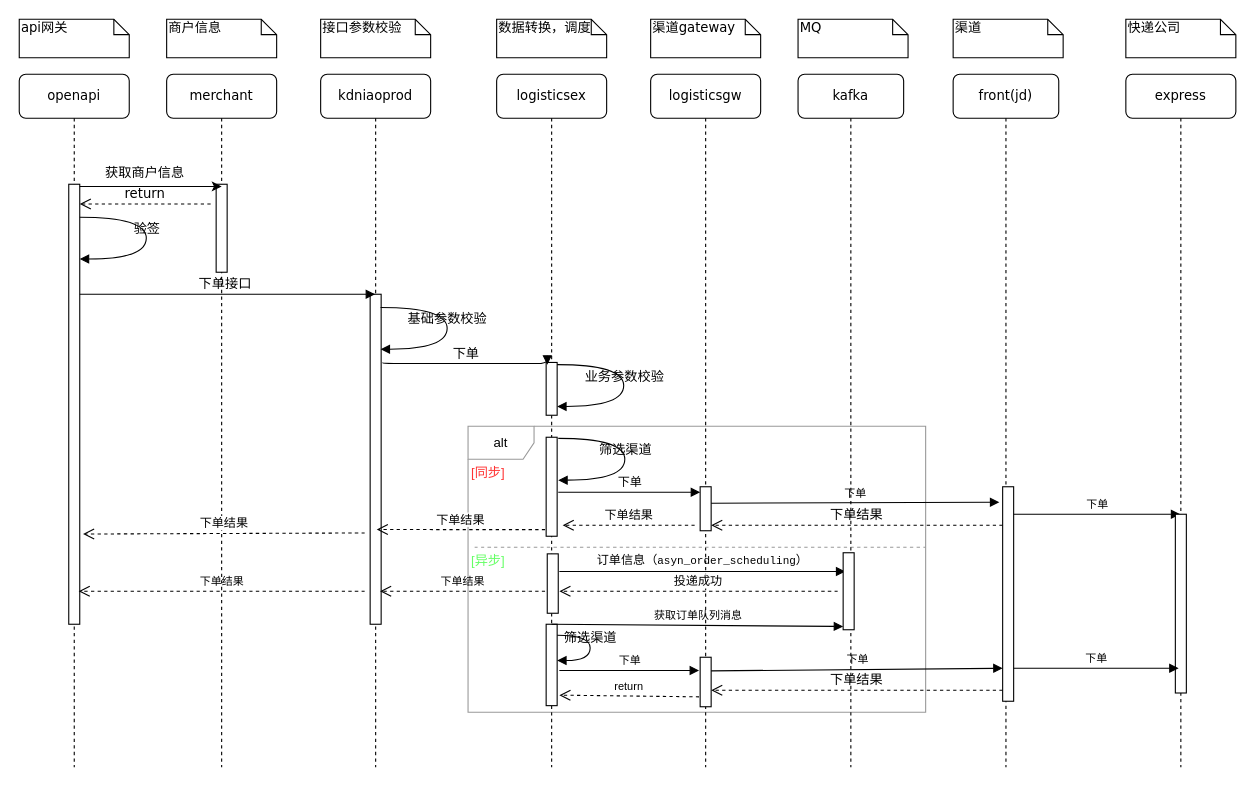
This is 即时配下单.drawio from unclequentin/diagrams, a draw.io file, before an edit. Source tidied: cells renumbered, new cells numbered last; positions are measured from the earlier drawing's top-left corner, leaving out a move shared by most shapes. Both pictures are drawn from the tidied source at 110%, with x=0, y=0 at pixel (19, 19).
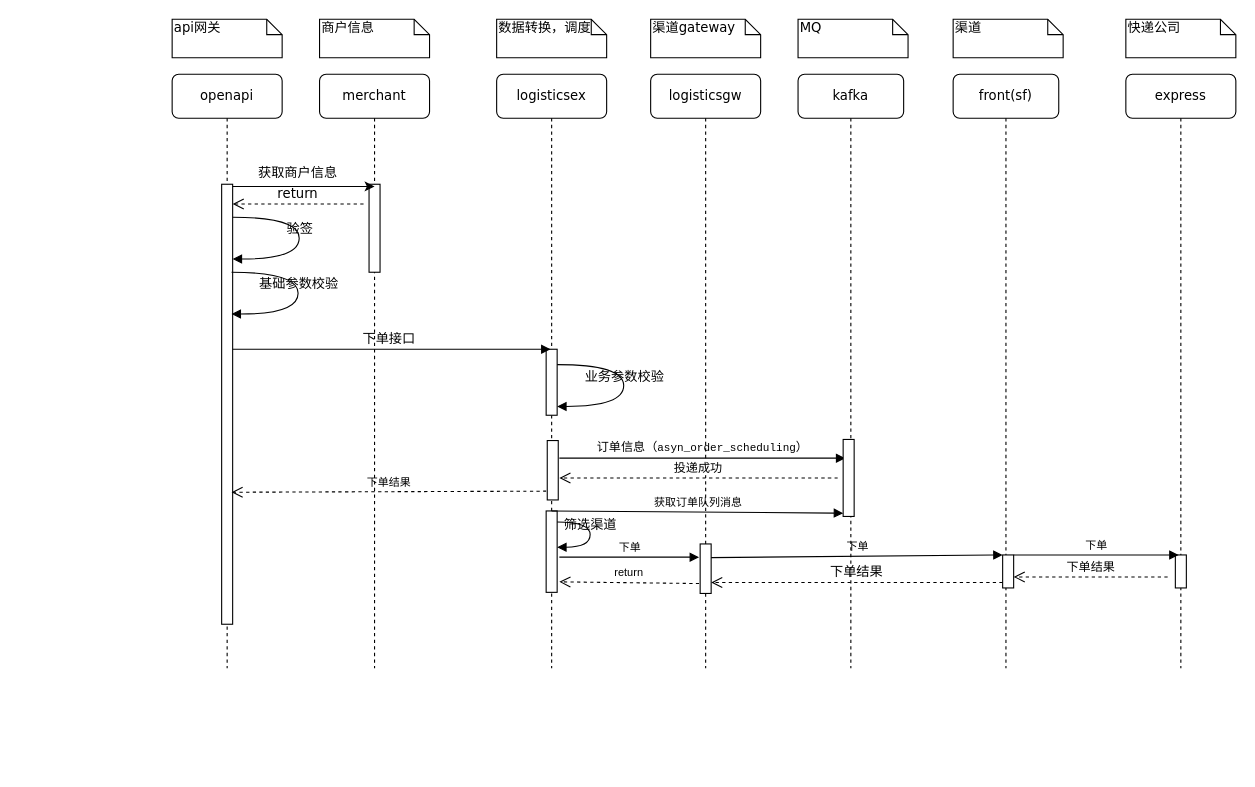
The same page after the edit.

Commit message:
更新即时配下单.drawio

Unchanged cells that the change refers to:
```xml
<mxCell id="33" style="html=1;points=[];perimeter=orthogonalPerimeter;rounded=0;shadow=0;comic=0;labelBackgroundColor=none;strokeWidth=1;fontFamily=Verdana;fontSize=12;align=center;" parent="32" vertex="1">
  <mxGeometry x="45" y="100" width="10" height="400" as="geometry" />
</mxCell>
```

Diff of the diagram source:
```diff
@@
-    <mxCell id="2" value="alt" style="shape=umlFrame;whiteSpace=wrap;html=1;strokeColor=#999999;" parent="1" vertex="1">
-      <mxGeometry x="408" y="370" width="416" height="260" as="geometry" />
-    </mxCell>
-    <mxCell id="3" value="kdniaoprod" style="shape=umlLifeline;perimeter=lifelinePerimeter;whiteSpace=wrap;html=1;outlineConnect=0;rounded=1;shadow=0;comic=0;labelBackgroundColor=none;strokeWidth=1;fontFamily=Verdana;fontSize=12;align=center;" parent="1" vertex="1">
-      <mxGeometry x="274" y="50" width="100" height="630" as="geometry" />
-    </mxCell>
-    <mxCell id="4" style="html=1;perimeter=orthogonalPerimeter;rounded=0;shadow=0;comic=0;labelBackgroundColor=none;strokeWidth=1;fontFamily=Verdana;fontSize=12;align=center;" parent="3" vertex="1">
-      <mxGeometry x="45" y="200" width="10" height="300" as="geometry" />
-    </mxCell>
     <mxCell id="5" value="logisticsex" style="shape=umlLifeline;perimeter=lifelinePerimeter;whiteSpace=wrap;html=1;rounded=1;shadow=0;comic=0;labelBackgroundColor=none;strokeWidth=1;fontFamily=Verdana;fontSize=12;align=center;" parent="1" vertex="1">
-      <mxGeometry x="434" y="50" width="100" height="630" as="geometry" />
+      <mxGeometry x="434" y="50" width="100" height="540" as="geometry" />
     </mxCell>
     <mxCell id="6" style="html=1;perimeter=orthogonalPerimeter;rounded=0;shadow=0;comic=0;labelBackgroundColor=none;strokeWidth=1;fontFamily=Verdana;fontSize=12;align=center;" parent="5" vertex="1">
-      <mxGeometry x="45" y="262" width="10" height="48" as="geometry" />
+      <mxGeometry x="45" y="250" width="10" height="60" as="geometry" />
     </mxCell>
@@
-    <mxCell id="8" value="下单" style="html=1;verticalAlign=bottom;endArrow=block;rounded=0;curved=1;" parent="5" edge="1">
-      <mxGeometry relative="1" as="geometry">
-        <mxPoint x="56" y="380" as="sourcePoint" />
-        <mxPoint x="185" y="380" as="targetPoint" />
-      </mxGeometry>
-    </mxCell>
     <mxCell id="9" value="&lt;font style=&quot;&quot;&gt;&lt;font style=&quot;font-size: 11px;&quot; color=&quot;#000000&quot;&gt;订单信息（&lt;/font&gt;&lt;span style=&quot;font-family: &amp;quot;Courier New&amp;quot;;&quot;&gt;&lt;font style=&quot;font-size: 10px;&quot; color=&quot;#000000&quot;&gt;asyn_order_scheduling&lt;/font&gt;&lt;/span&gt;&lt;span style=&quot;font-size: 11px; color: rgb(0, 0, 0);&quot;&gt;）&lt;/span&gt;&lt;/font&gt;" style="html=1;verticalAlign=bottom;endArrow=block;rounded=0;fontColor=#66FF66;curved=1;entryX=-0.2;entryY=0.057;entryDx=0;entryDy=0;entryPerimeter=0;" parent="5" edge="1">
       <mxGeometry relative="1" as="geometry">
-        <mxPoint x="57" y="452" as="sourcePoint" />
-        <mxPoint x="317" y="452" as="targetPoint" />
+        <mxPoint x="57" y="349" as="sourcePoint" />
+        <mxPoint x="317" y="349" as="targetPoint" />
       </mxGeometry>
     </mxCell>
     <mxCell id="10" style="html=1;points=[];perimeter=orthogonalPerimeter;fontSize=10;fontColor=#000000;" parent="5" vertex="1">
-      <mxGeometry x="45" y="500" width="10" height="74" as="geometry" />
+      <mxGeometry x="45" y="397" width="10" height="74" as="geometry" />
     </mxCell>
     <mxCell id="11" value="获取订单队列消息" style="html=1;verticalAlign=bottom;endArrow=block;rounded=0;labelBackgroundColor=none;fontSize=10;fontColor=#000000;strokeColor=#000000;curved=1;exitX=0.5;exitY=0;exitDx=0;exitDy=0;exitPerimeter=0;" parent="5" edge="1" source="10">
       <mxGeometry relative="1" as="geometry">
-        <mxPoint x="315" y="502" as="targetPoint" />
+        <mxPoint x="315" y="399" as="targetPoint" />
       </mxGeometry>
     </mxCell>
     <mxCell id="12" value="筛选渠道" style="html=1;verticalAlign=bottom;endArrow=block;labelBackgroundColor=none;fontFamily=Verdana;fontSize=12;elbow=vertical;edgeStyle=orthogonalEdgeStyle;curved=1;" parent="5" edge="1">
       <mxGeometry relative="1" as="geometry">
-        <mxPoint x="55" y="510" as="sourcePoint" />
-        <mxPoint x="55" y="533" as="targetPoint" />
+        <mxPoint x="55" y="407" as="sourcePoint" />
+        <mxPoint x="55" y="430" as="targetPoint" />
         <Array as="points">
-          <mxPoint x="85" y="510" />
-          <mxPoint x="85" y="533" />
-          <mxPoint x="55" y="533" />
+          <mxPoint x="85" y="407" />
+          <mxPoint x="85" y="430" />
+          <mxPoint x="55" y="430" />
         </Array>
       </mxGeometry>
     </mxCell>
     <mxCell id="13" value="logisticsgw" style="shape=umlLifeline;perimeter=lifelinePerimeter;whiteSpace=wrap;html=1;rounded=1;shadow=0;comic=0;labelBackgroundColor=none;strokeWidth=1;fontFamily=Verdana;fontSize=12;align=center;" parent="1" vertex="1">
-      <mxGeometry x="574" y="50" width="100" height="630" as="geometry" />
+      <mxGeometry x="574" y="50" width="100" height="540" as="geometry" />
     </mxCell>
     <mxCell id="14" style="html=1;points=[];perimeter=orthogonalPerimeter;rounded=0;shadow=0;comic=0;labelBackgroundColor=none;strokeWidth=1;fontFamily=Verdana;fontSize=12;align=center;" parent="13" vertex="1">
-      <mxGeometry x="45" y="530" width="10" height="45" as="geometry" />
+      <mxGeometry x="45" y="427" width="10" height="45" as="geometry" />
     </mxCell>
-    <mxCell id="15" value="front(jd)" style="shape=umlLifeline;perimeter=lifelinePerimeter;whiteSpace=wrap;html=1;rounded=1;shadow=0;comic=0;labelBackgroundColor=none;strokeWidth=1;fontFamily=Verdana;fontSize=12;align=center;" parent="1" vertex="1">
-      <mxGeometry x="849" y="50" width="96" height="630" as="geometry" />
+    <mxCell id="15" value="front(sf)" style="shape=umlLifeline;perimeter=lifelinePerimeter;whiteSpace=wrap;html=1;rounded=1;shadow=0;comic=0;labelBackgroundColor=none;strokeWidth=1;fontFamily=Verdana;fontSize=12;align=center;" parent="1" vertex="1">
+      <mxGeometry x="849" y="50" width="96" height="540" as="geometry" />
     </mxCell>
     <mxCell id="16" style="html=1;points=[];perimeter=orthogonalPerimeter;rounded=0;shadow=0;comic=0;labelBackgroundColor=none;strokeWidth=1;fontFamily=Verdana;fontSize=12;align=center;" parent="15" vertex="1">
-      <mxGeometry x="45" y="375" width="10" height="195" as="geometry" />
+      <mxGeometry x="45" y="437" width="10" height="30" as="geometry" />
     </mxCell>
-    <mxCell id="17" value="下单" style="html=1;verticalAlign=bottom;endArrow=block;rounded=0;labelBackgroundColor=none;fontSize=10;fontColor=#000000;curved=1;" parent="15" edge="1" target="18">
-      <mxGeometry relative="1" as="geometry">
-        <mxPoint x="55" y="400" as="sourcePoint" />
-      </mxGeometry>
-    </mxCell>
     <mxCell id="18" value="express" style="shape=umlLifeline;perimeter=lifelinePerimeter;whiteSpace=wrap;html=1;outlineConnect=0;rounded=1;shadow=0;comic=0;labelBackgroundColor=none;strokeWidth=1;fontFamily=Verdana;fontSize=12;align=center;" parent="1" vertex="1">
-      <mxGeometry x="1006" y="50" width="100" height="630" as="geometry" />
+      <mxGeometry x="1006" y="50" width="100" height="540" as="geometry" />
     </mxCell>
     <mxCell id="19" style="html=1;perimeter=orthogonalPerimeter;rounded=0;shadow=0;comic=0;labelBackgroundColor=none;strokeWidth=1;fontFamily=Verdana;fontSize=12;align=center;" parent="18" vertex="1">
-      <mxGeometry x="45" y="400" width="10" height="162.5" as="geometry" />
+      <mxGeometry x="45" y="437" width="10" height="30" as="geometry" />
     </mxCell>
     <mxCell id="20" value="merchant" style="shape=umlLifeline;perimeter=lifelinePerimeter;whiteSpace=wrap;html=1;rounded=1;shadow=0;comic=0;labelBackgroundColor=none;strokeWidth=1;fontFamily=Verdana;fontSize=12;align=center;" parent="1" vertex="1">
-      <mxGeometry x="134" y="50" width="100" height="630" as="geometry" />
+      <mxGeometry x="273" y="50" width="100" height="540" as="geometry" />
     </mxCell>
@@
-    <mxCell id="23" value="下单结果" style="html=1;verticalAlign=bottom;endArrow=open;dashed=1;endSize=8;rounded=0;curved=1;entryX=1.3;entryY=0.795;entryDx=0;entryDy=0;entryPerimeter=0;" parent="20" edge="1" target="33">
-      <mxGeometry relative="1" as="geometry">
-        <mxPoint x="180" y="417" as="sourcePoint" />
-      </mxGeometry>
-    </mxCell>
-    <mxCell id="24" style="html=1;perimeter=orthogonalPerimeter;rounded=0;shadow=0;comic=0;labelBackgroundColor=none;strokeWidth=1;fontFamily=Verdana;fontSize=12;align=center;" parent="1" vertex="1">
-      <mxGeometry x="619" y="425" width="10" height="40" as="geometry" />
-    </mxCell>
-    <mxCell id="25" value="下单接口" style="html=1;verticalAlign=bottom;endArrow=block;labelBackgroundColor=none;fontFamily=Verdana;fontSize=12;edgeStyle=elbowEdgeStyle;elbow=vertical;" parent="1" edge="1" source="32" target="3">
+    <mxCell id="25" value="下单接口" style="html=1;verticalAlign=bottom;endArrow=block;labelBackgroundColor=none;fontFamily=Verdana;fontSize=12;edgeStyle=elbowEdgeStyle;elbow=vertical;" parent="1" edge="1">
       <mxGeometry relative="1" as="geometry">
+        <mxPoint x="188.5" y="300" as="sourcePoint" />
+        <mxPoint x="483" y="300" as="targetPoint" />
         <Array as="points">
-          <mxPoint x="234" y="250" />
+          <mxPoint x="373" y="300" />
         </Array>
       </mxGeometry>
     </mxCell>
     <mxCell id="26" value="商户信息" style="shape=note;whiteSpace=wrap;html=1;size=14;verticalAlign=top;align=left;spacingTop=-6;rounded=0;shadow=0;comic=0;labelBackgroundColor=none;strokeWidth=1;fontFamily=Verdana;fontSize=12;" parent="1" vertex="1">
-      <mxGeometry x="134" width="100" height="35" as="geometry" />
+      <mxGeometry x="273" width="100" height="35" as="geometry" />
     </mxCell>
-    <mxCell id="27" value="接口参数校验" style="shape=note;whiteSpace=wrap;html=1;size=14;verticalAlign=top;align=left;spacingTop=-6;rounded=0;shadow=0;comic=0;labelBackgroundColor=none;strokeWidth=1;fontFamily=Verdana;fontSize=12;" parent="1" vertex="1">
-      <mxGeometry x="274" width="100" height="35" as="geometry" />
-    </mxCell>
@@
     <mxCell id="32" value="openapi" style="shape=umlLifeline;perimeter=lifelinePerimeter;whiteSpace=wrap;html=1;outlineConnect=0;rounded=1;shadow=0;comic=0;labelBackgroundColor=none;strokeWidth=1;fontFamily=Verdana;fontSize=12;align=center;" parent="1" vertex="1">
-      <mxGeometry y="50" width="100" height="630" as="geometry" />
+      <mxGeometry x="139" y="50" width="100" height="540" as="geometry" />
     </mxCell>
@@
     <mxCell id="35" value="api网关" style="shape=note;whiteSpace=wrap;html=1;size=14;verticalAlign=top;align=left;spacingTop=-6;rounded=0;shadow=0;comic=0;labelBackgroundColor=none;strokeWidth=1;fontFamily=Verdana;fontSize=12;" parent="1" vertex="1">
-      <mxGeometry width="100" height="35" as="geometry" />
+      <mxGeometry x="139" width="100" height="35" as="geometry" />
     </mxCell>
@@
     <mxCell id="37" value="获取商户信息" style="text;html=1;align=center;verticalAlign=middle;strokeColor=none;fillColor=none;" parent="1" vertex="1">
-      <mxGeometry x="64" y="125" width="100" height="30" as="geometry" />
+      <mxGeometry x="203" y="125" width="100" height="30" as="geometry" />
     </mxCell>
-    <mxCell id="38" value="基础参数校验" style="html=1;verticalAlign=bottom;endArrow=block;labelBackgroundColor=none;fontFamily=Verdana;fontSize=12;elbow=vertical;edgeStyle=orthogonalEdgeStyle;curved=1;" parent="1" edge="1">
-      <mxGeometry relative="1" as="geometry">
-        <mxPoint x="328.5" y="262" as="sourcePoint" />
-        <mxPoint x="328.5" y="300" as="targetPoint" />
-        <Array as="points">
-          <mxPoint x="389" y="262" />
-          <mxPoint x="389" y="300" />
-        </Array>
-      </mxGeometry>
-    </mxCell>
-    <mxCell id="39" value="下单" style="html=1;verticalAlign=bottom;endArrow=block;labelBackgroundColor=none;fontFamily=Verdana;fontSize=12;edgeStyle=elbowEdgeStyle;elbow=vertical;entryX=0.1;entryY=0.014;entryDx=0;entryDy=0;entryPerimeter=0;" parent="1" edge="1">
-      <mxGeometry relative="1" as="geometry">
-        <mxPoint x="330.5" y="312" as="sourcePoint" />
-        <mxPoint x="480" y="314" as="targetPoint" />
-      </mxGeometry>
-    </mxCell>
-    <mxCell id="40" value="&lt;font color=&quot;#ff3333&quot;&gt;[同步]&lt;/font&gt;" style="text;html=1;align=center;verticalAlign=middle;fillColor=none;strokeColor=none;rounded=0;" parent="1" vertex="1">
-      <mxGeometry x="401" y="398" width="50" height="30" as="geometry" />
-    </mxCell>
-    <mxCell id="41" style="endArrow=none;dashed=1;html=1;rounded=0;curved=1;entryX=1;entryY=0.423;entryDx=0;entryDy=0;entryPerimeter=0;strokeColor=#999999;" parent="1" edge="1" target="2">
-      <mxGeometry relative="1" as="geometry">
-        <mxPoint x="414" y="480" as="sourcePoint" />
-      </mxGeometry>
-    </mxCell>
-    <mxCell id="42" style="html=1;perimeter=orthogonalPerimeter;rounded=0;shadow=0;comic=0;labelBackgroundColor=none;strokeColor=#000000;strokeWidth=1;fillColor=#FFFFFF;fontFamily=Verdana;fontSize=12;fontColor=#000000;align=center;" parent="1" vertex="1">
-      <mxGeometry x="479" y="380" width="10" height="90" as="geometry" />
-    </mxCell>
-    <mxCell id="43" value="筛选渠道" style="html=1;verticalAlign=bottom;endArrow=block;labelBackgroundColor=none;fontFamily=Verdana;fontSize=12;elbow=vertical;edgeStyle=orthogonalEdgeStyle;curved=1;" parent="1" edge="1">
-      <mxGeometry relative="1" as="geometry">
-        <mxPoint x="490" y="381" as="sourcePoint" />
-        <mxPoint x="490" y="419" as="targetPoint" />
-        <Array as="points">
-          <mxPoint x="550.5" y="381" />
-          <mxPoint x="550.5" y="419" />
-        </Array>
-      </mxGeometry>
-    </mxCell>
-    <mxCell id="44" value="下单结果" style="html=1;verticalAlign=bottom;endArrow=open;dashed=1;endSize=8;rounded=0;curved=1;" parent="1" edge="1">
-      <mxGeometry relative="1" as="geometry">
-        <mxPoint x="614" y="460" as="sourcePoint" />
-        <mxPoint x="494" y="460" as="targetPoint" />
-      </mxGeometry>
-    </mxCell>
-    <mxCell id="45" value="&lt;font color=&quot;#66ff66&quot;&gt;[异步]&lt;/font&gt;" style="text;html=1;align=center;verticalAlign=middle;fillColor=none;strokeColor=none;rounded=0;" parent="1" vertex="1">
-      <mxGeometry x="401" y="478" width="50" height="30" as="geometry" />
-    </mxCell>
     <mxCell id="46" value="kafka" style="shape=umlLifeline;perimeter=lifelinePerimeter;whiteSpace=wrap;html=1;rounded=1;shadow=0;comic=0;labelBackgroundColor=none;strokeWidth=1;fontFamily=Verdana;fontSize=12;align=center;" parent="1" vertex="1">
-      <mxGeometry x="708" y="50" width="96" height="630" as="geometry" />
+      <mxGeometry x="708" y="50" width="96" height="540" as="geometry" />
     </mxCell>
     <mxCell id="47" style="html=1;perimeter=orthogonalPerimeter;rounded=0;shadow=0;comic=0;labelBackgroundColor=none;strokeWidth=1;fontFamily=Verdana;fontSize=12;align=center;" parent="46" vertex="1">
-      <mxGeometry x="41" y="435" width="10" height="70" as="geometry" />
+      <mxGeometry x="41" y="332" width="10" height="70" as="geometry" />
     </mxCell>
     <mxCell id="48" value="下单" style="html=1;verticalAlign=bottom;endArrow=block;rounded=0;labelBackgroundColor=none;fontSize=10;fontColor=#000000;curved=1;exitX=0.54;exitY=0.686;exitDx=0;exitDy=0;exitPerimeter=0;" parent="46" edge="1">
       <mxGeometry relative="1" as="geometry">
-        <mxPoint x="-79" y="542.4" as="sourcePoint" />
-        <mxPoint x="186" y="540" as="targetPoint" />
+        <mxPoint x="-79" y="439.4" as="sourcePoint" />
+        <mxPoint x="186" y="437" as="targetPoint" />
       </mxGeometry>
     </mxCell>
@@
     <mxCell id="50" style="html=1;points=[];perimeter=orthogonalPerimeter;rounded=0;shadow=0;comic=0;labelBackgroundColor=none;strokeColor=#000000;strokeWidth=1;fillColor=#FFFFFF;fontFamily=Verdana;fontSize=12;fontColor=#000000;align=center;" parent="1" vertex="1">
-      <mxGeometry x="480" y="486" width="10" height="54" as="geometry" />
+      <mxGeometry x="480" y="383" width="10" height="54" as="geometry" />
     </mxCell>
     <mxCell id="51" value="投递成功" style="html=1;verticalAlign=bottom;endArrow=open;dashed=1;endSize=8;rounded=0;fontColor=#000000;curved=1;entryX=1.4;entryY=0.378;entryDx=0;entryDy=0;entryPerimeter=0;" parent="1" edge="1">
       <mxGeometry relative="1" as="geometry">
-        <mxPoint x="744" y="520" as="sourcePoint" />
-        <mxPoint x="491" y="520" as="targetPoint" />
+        <mxPoint x="744" y="417" as="sourcePoint" />
+        <mxPoint x="491" y="417" as="targetPoint" />
       </mxGeometry>
     </mxCell>
     <mxCell id="52" value="下单" style="html=1;verticalAlign=bottom;endArrow=block;rounded=0;labelBackgroundColor=none;fontSize=10;fontColor=#000000;curved=1;entryX=0.2;entryY=0.222;entryDx=0;entryDy=0;entryPerimeter=0;" parent="1" edge="1">
       <mxGeometry relative="1" as="geometry">
-        <mxPoint x="491" y="592" as="sourcePoint" />
-        <mxPoint x="618" y="592" as="targetPoint" />
+        <mxPoint x="491" y="489" as="sourcePoint" />
+        <mxPoint x="618" y="489" as="targetPoint" />
       </mxGeometry>
     </mxCell>
-    <mxCell id="53" value="下单" style="html=1;verticalAlign=bottom;endArrow=block;rounded=0;labelBackgroundColor=none;fontSize=10;fontColor=#000000;curved=1;exitX=0.5;exitY=0.376;exitDx=0;exitDy=0;exitPerimeter=0;entryX=-0.3;entryY=0.072;entryDx=0;entryDy=0;entryPerimeter=0;" parent="1" edge="1" target="16">
-      <mxGeometry relative="1" as="geometry">
-        <mxPoint x="629" y="440" as="sourcePoint" />
-      </mxGeometry>
-    </mxCell>
-    <mxCell id="54" value="下单结果" style="html=1;verticalAlign=bottom;endArrow=open;dashed=1;endSize=8;rounded=0;curved=1;entryX=0.5;entryY=0.713;entryDx=0;entryDy=0;entryPerimeter=0;" parent="1" edge="1">
-      <mxGeometry relative="1" as="geometry">
-        <mxPoint x="478" y="464" as="sourcePoint" />
-        <mxPoint x="325" y="463.9" as="targetPoint" />
-      </mxGeometry>
-    </mxCell>
     <mxCell id="55" value="下单结果" style="html=1;verticalAlign=bottom;endArrow=open;dashed=1;endSize=8;labelBackgroundColor=none;fontFamily=Verdana;fontSize=12;edgeStyle=elbowEdgeStyle;elbow=vertical;" parent="1" edge="1">
       <mxGeometry relative="1" as="geometry">
-        <mxPoint x="894" y="610" as="sourcePoint" />
-        <mxPoint x="629" y="610" as="targetPoint" />
+        <mxPoint x="894" y="512" as="sourcePoint" />
+        <mxPoint x="629" y="512" as="targetPoint" />
         <Array as="points">
-          <mxPoint x="878" y="610" />
-          <mxPoint x="908" y="610" />
+          <mxPoint x="878" y="512" />
+          <mxPoint x="908" y="512" />
         </Array>
       </mxGeometry>
     </mxCell>
@@
-    <mxCell id="57" value="下单结果" style="html=1;verticalAlign=bottom;endArrow=open;dashed=1;endSize=8;rounded=0;labelBackgroundColor=none;fontSize=10;fontColor=#000000;curved=1;" parent="1" edge="1">
+    <mxCell id="57" value="下单结果" style="html=1;verticalAlign=bottom;endArrow=open;dashed=1;endSize=8;rounded=0;labelBackgroundColor=none;fontSize=10;fontColor=#000000;curved=1;exitX=-0.1;exitY=0.852;exitDx=0;exitDy=0;exitPerimeter=0;" parent="1" edge="1" source="50">
       <mxGeometry relative="1" as="geometry">
-        <mxPoint x="478" y="520" as="sourcePoint" />
-        <mxPoint x="328" y="520" as="targetPoint" />
+        <mxPoint x="193" y="430" as="targetPoint" />
       </mxGeometry>
     </mxCell>
-    <mxCell id="58" value="下单结果" style="html=1;verticalAlign=bottom;endArrow=open;dashed=1;endSize=8;rounded=0;labelBackgroundColor=none;fontSize=10;fontColor=#000000;curved=1;" parent="1" edge="1">
-      <mxGeometry relative="1" as="geometry">
-        <mxPoint x="314" y="520" as="sourcePoint" />
-        <mxPoint x="54" y="520" as="targetPoint" />
-      </mxGeometry>
-    </mxCell>
     <mxCell id="59" value="下单" style="html=1;verticalAlign=bottom;endArrow=block;rounded=0;labelBackgroundColor=none;fontSize=10;fontColor=#000000;curved=1;" parent="1" edge="1">
       <mxGeometry relative="1" as="geometry">
-        <mxPoint x="904" y="590" as="sourcePoint" />
-        <mxPoint x="1054" y="590" as="targetPoint" />
+        <mxPoint x="904" y="487" as="sourcePoint" />
+        <mxPoint x="1054" y="487" as="targetPoint" />
       </mxGeometry>
     </mxCell>
-    <mxCell id="60" value="下单结果" style="html=1;verticalAlign=bottom;endArrow=open;dashed=1;endSize=8;labelBackgroundColor=none;fontFamily=Verdana;fontSize=12;edgeStyle=elbowEdgeStyle;elbow=vertical;" parent="1" edge="1">
-      <mxGeometry relative="1" as="geometry">
-        <mxPoint x="894" y="460" as="sourcePoint" />
-        <mxPoint x="629" y="460" as="targetPoint" />
-        <Array as="points">
-          <mxPoint x="878" y="460" />
-          <mxPoint x="908" y="460" />
-        </Array>
-      </mxGeometry>
-    </mxCell>
+    <mxCell id="38" value="基础参数校验" style="html=1;verticalAlign=bottom;endArrow=block;labelBackgroundColor=none;fontFamily=Verdana;fontSize=12;elbow=vertical;edgeStyle=orthogonalEdgeStyle;curved=1;" parent="1" edge="1">
+      <mxGeometry relative="1" as="geometry">
+        <mxPoint x="193" y="230" as="sourcePoint" />
+        <mxPoint x="193" y="268" as="targetPoint" />
+        <Array as="points">
+          <mxPoint x="253.5" y="230" />
+          <mxPoint x="253.5" y="268" />
+        </Array>
+      </mxGeometry>
+    </mxCell>
+    <mxCell id="61" value="下单结果" style="html=1;verticalAlign=bottom;endArrow=open;dashed=1;endSize=8;rounded=0;" parent="1" edge="1">
+      <mxGeometry relative="1" as="geometry">
+        <mxPoint x="1044" y="507" as="sourcePoint" />
+        <mxPoint x="904" y="507" as="targetPoint" />
+      </mxGeometry>
+    </mxCell>
```
